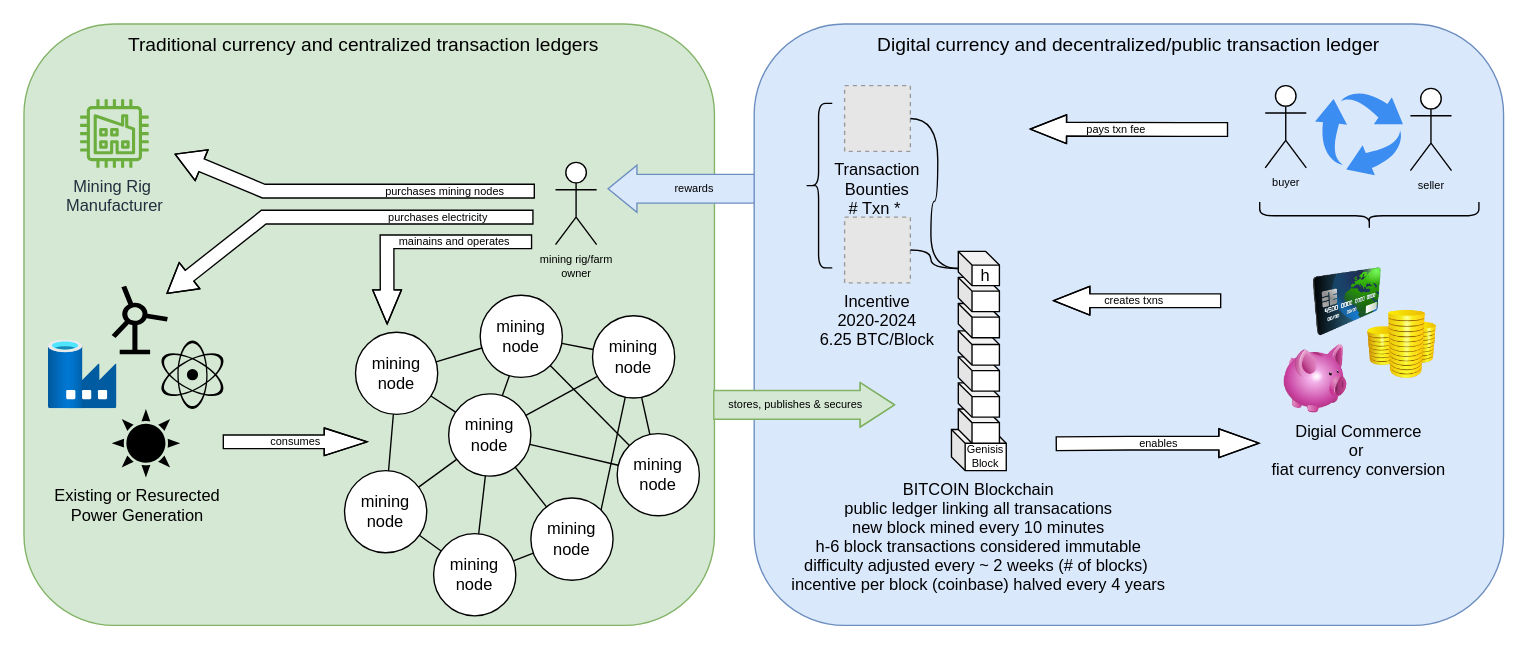
Before: page "Stage 1 - Base" (1 of 5) of source/macro.drawio in abs2023/tdocs, a draw.io diagram. Source tidied: cells renumbered, new cells numbered last; positions are measured from the earlier drawing's top-left corner, leaving out a move shared by most shapes. Both pictures are drawn from the tidied source at 137%, with x=0, y=0 at pixel (23, 23). Pictures stored in the file or linked from it are replaced by grey dashed boxes.
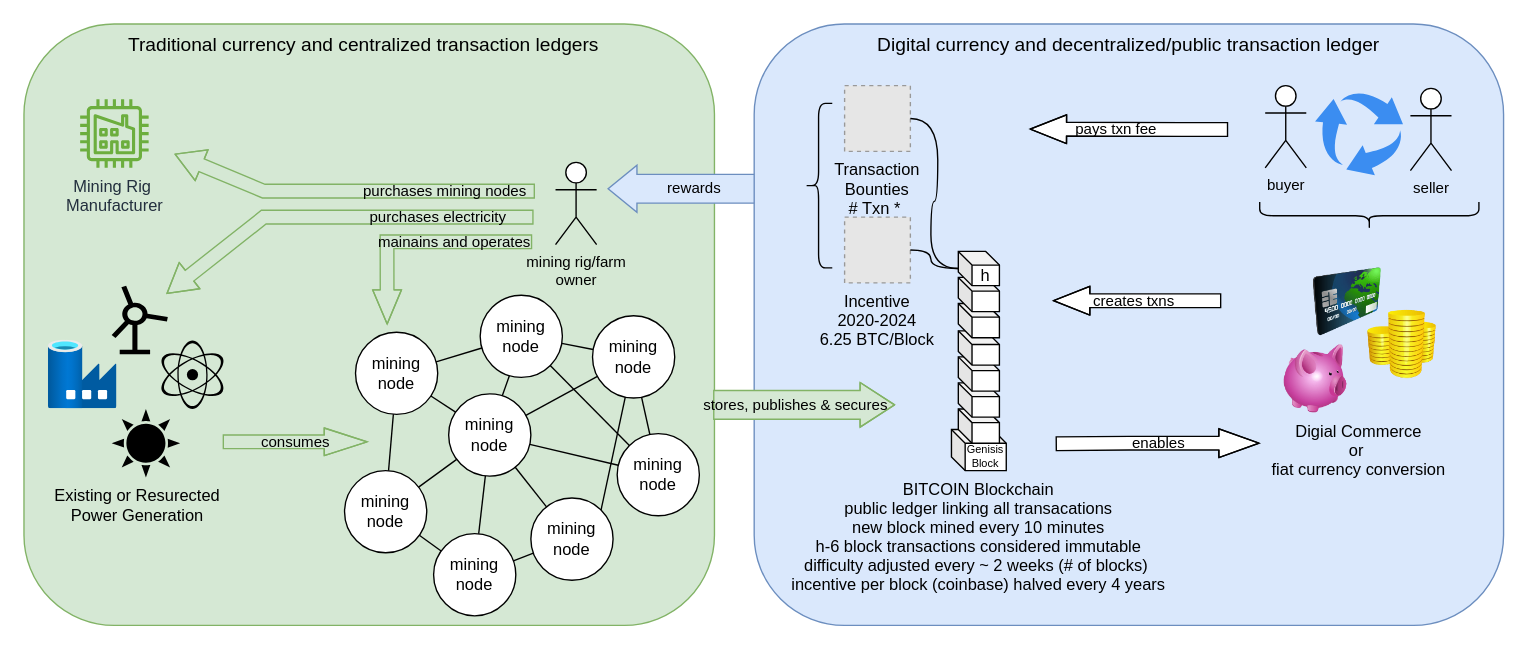
After the change.

The change refers to these unchanged cells:
```xml
<mxCell id="2" value="Traditional currency and centralized transaction ledgers&amp;nbsp;&amp;nbsp;" style="rounded=1;whiteSpace=wrap;html=1;fontSize=14;align=center;verticalAlign=top;fillColor=#d5e8d4;strokeColor=#82b366;labelPosition=center;verticalLabelPosition=middle;" parent="1" vertex="1">
  <mxGeometry width="504" height="439" as="geometry" />
</mxCell>
```

What changed in the source:
```diff
@@
-    <mxCell id="3" value="rewards" style="shape=flexArrow;endArrow=classic;html=1;rounded=0;fontSize=8;endWidth=12.352941176470589;endSize=6.682352941176471;labelBackgroundColor=none;fillColor=#dae8fc;strokeColor=#6c8ebf;exitX=-0.002;exitY=0.274;exitDx=0;exitDy=0;exitPerimeter=0;width=21;entryX=0.845;entryY=0.274;entryDx=0;entryDy=0;entryPerimeter=0;" parent="1" edge="1" target="2">
+    <mxCell id="3" value="rewards" style="shape=flexArrow;endArrow=classic;html=1;rounded=0;fontSize=11;endWidth=12.352941176470589;endSize=6.682352941176471;labelBackgroundColor=none;fillColor=#dae8fc;strokeColor=#6c8ebf;exitX=-0.002;exitY=0.274;exitDx=0;exitDy=0;exitPerimeter=0;width=21;entryX=0.845;entryY=0.274;entryDx=0;entryDy=0;entryPerimeter=0;" parent="1" edge="1" target="2">
       <mxGeometry x="-0.16" relative="1" as="geometry">
         <mxPoint x="533.9" y="120.3" as="sourcePoint" />
       </mxGeometry>
     </mxCell>
@@
-    <mxCell id="5" value="stores, publishes &amp;amp; secures" style="shape=flexArrow;endArrow=classic;html=1;rounded=0;fontSize=8;endWidth=10.588235294117647;endSize=8.058823529411764;labelBackgroundColor=none;fillColor=#d5e8d4;strokeColor=#82b366;width=21;" parent="1" edge="1">
+    <mxCell id="5" value="stores, publishes &amp;amp; secures" style="shape=flexArrow;endArrow=classic;html=1;rounded=0;fontSize=11;endWidth=10.588235294117647;endSize=8.058823529411764;labelBackgroundColor=none;fillColor=#d5e8d4;strokeColor=#82b366;width=21;" parent="1" edge="1">
       <mxGeometry x="-0.1" relative="1" as="geometry">
         <mxPoint x="503" y="278" as="sourcePoint" />
         <mxPoint x="636" y="278" as="targetPoint" />
         <Array as="points">
           <mxPoint x="583" y="278" />
         </Array>
       </mxGeometry>
     </mxCell>
@@
-    <mxCell id="15" value="purchases electricity" style="shape=flexArrow;endArrow=classic;html=1;rounded=0;fontSize=8;endWidth=13.333333333333334;endSize=6.65;labelBackgroundColor=none;fillColor=default;" parent="1" edge="1">
+    <mxCell id="15" value="purchases electricity" style="shape=flexArrow;endArrow=classic;html=1;rounded=0;fontSize=11;endWidth=13.333333333333334;endSize=6.65;labelBackgroundColor=none;fillColor=#d5e8d4;strokeColor=#82b366;" parent="1" edge="1">
       <mxGeometry x="-0.51" relative="1" as="geometry">
         <mxPoint x="372" y="141" as="sourcePoint" />
         <mxPoint x="104" y="197" as="targetPoint" />
         <Array as="points">
           <mxPoint x="175" y="141" />
         </Array>
       </mxGeometry>
     </mxCell>
@@
-    <mxCell id="20" value="consumes" style="shape=flexArrow;endArrow=classic;html=1;rounded=0;fontSize=8;endWidth=9.166666666666668;endSize=10.108333333333334;labelBackgroundColor=none;fillColor=default;" parent="1" edge="1">
+    <mxCell id="20" value="consumes" style="shape=flexArrow;endArrow=classic;html=1;rounded=0;fontSize=11;endWidth=9.166666666666668;endSize=10.108333333333334;labelBackgroundColor=none;fillColor=#d5e8d4;strokeColor=#82b366;" parent="1" edge="1">
       <mxGeometry relative="1" as="geometry">
         <mxPoint x="145" y="305" as="sourcePoint" />
         <mxPoint x="251" y="305" as="targetPoint" />
         <Array as="points">
           <mxPoint x="174" y="305" />
         </Array>
       </mxGeometry>
     </mxCell>
@@
-    <mxCell id="30" value="enables" style="shape=flexArrow;endArrow=classic;html=1;rounded=0;fontSize=8;endWidth=10;endSize=9.441666666666666;labelBackgroundColor=none;fillColor=default;" parent="1" edge="1">
+    <mxCell id="30" value="enables" style="shape=flexArrow;endArrow=classic;html=1;rounded=0;fontSize=11;endWidth=10;endSize=9.441666666666666;labelBackgroundColor=none;fillColor=#FFFFFF;" parent="1" edge="1">
       <mxGeometry x="687" y="-702" as="geometry">
         <mxPoint x="753" y="306.4" as="sourcePoint" />
         <mxPoint x="902" y="306" as="targetPoint" />
         <Array as="points">
           <mxPoint x="807" y="306" />
         </Array>
       </mxGeometry>
     </mxCell>
-    <mxCell id="31" value="creates txns" style="shape=flexArrow;endArrow=classic;html=1;rounded=0;fontSize=8;endWidth=10;endSize=8.5;labelBackgroundColor=none;fillColor=default;" parent="1" edge="1">
+    <mxCell id="31" value="creates txns" style="shape=flexArrow;endArrow=classic;html=1;rounded=0;fontSize=11;endWidth=10;endSize=8.5;labelBackgroundColor=none;fillColor=#FFFFFF;" parent="1" edge="1">
       <mxGeometry x="-16" y="-725" as="geometry">
         <mxPoint x="874" y="202" as="sourcePoint" />
         <mxPoint x="751" y="202" as="targetPoint" />
         <Array as="points">
           <mxPoint x="861" y="202" />
         </Array>
         <mxPoint x="-3" as="offset" />
       </mxGeometry>
     </mxCell>
-    <mxCell id="32" value="mining rig/farm&lt;br&gt;owner" style="shape=umlActor;verticalLabelPosition=bottom;verticalAlign=top;html=1;fontSize=8;" parent="1" vertex="1">
+    <mxCell id="32" value="mining rig/farm&lt;br style=&quot;font-size: 11px;&quot;&gt;owner" style="shape=umlActor;verticalLabelPosition=bottom;verticalAlign=top;html=1;fontSize=11;" parent="1" vertex="1">
       <mxGeometry x="388" y="101" width="30" height="60" as="geometry" />
     </mxCell>
-    <mxCell id="33" value="seller" style="shape=umlActor;verticalLabelPosition=bottom;verticalAlign=top;html=1;fontSize=8;" parent="1" vertex="1">
+    <mxCell id="33" value="seller" style="shape=umlActor;verticalLabelPosition=bottom;verticalAlign=top;html=1;fontSize=11;" parent="1" vertex="1">
       <mxGeometry x="1012" y="47" width="30" height="60" as="geometry" />
     </mxCell>
-    <mxCell id="34" value="buyer" style="shape=umlActor;verticalLabelPosition=bottom;verticalAlign=top;html=1;fontSize=8;" parent="1" vertex="1">
+    <mxCell id="34" value="buyer" style="shape=umlActor;verticalLabelPosition=bottom;verticalAlign=top;html=1;fontSize=11;" parent="1" vertex="1">
       <mxGeometry x="906" y="45" width="30" height="60" as="geometry" />
     </mxCell>
-    <mxCell id="35" value="pays txn fee" style="shape=flexArrow;endArrow=classic;html=1;rounded=0;fontSize=8;endWidth=10;endSize=8.5;labelBackgroundColor=none;fillColor=default;" parent="1" edge="1">
+    <mxCell id="35" value="pays txn fee" style="shape=flexArrow;endArrow=classic;html=1;rounded=0;fontSize=11;endWidth=10;endSize=8.5;labelBackgroundColor=none;fillColor=#FFFFFF;" parent="1" edge="1">
       <mxGeometry x="74" y="-717" as="geometry">
         <mxPoint x="879" y="77" as="sourcePoint" />
         <mxPoint x="734" y="76.7" as="targetPoint" />
         <Array as="points">
           <mxPoint x="845" y="77" />
         </Array>
         <mxPoint x="-10" as="offset" />
       </mxGeometry>
     </mxCell>
@@
-    <mxCell id="38" value="mainains and operates" style="shape=flexArrow;endArrow=classic;html=1;rounded=0;fontSize=8;endWidth=10;endSize=7.970588235294119;labelBackgroundColor=none;fillColor=default;strokeColor=default;entryX=0.526;entryY=0.5;entryDx=0;entryDy=0;entryPerimeter=0;" parent="1" edge="1" target="2">
+    <mxCell id="38" value="mainains and operates" style="shape=flexArrow;endArrow=classic;html=1;rounded=0;fontSize=11;endWidth=10;endSize=7.970588235294119;labelBackgroundColor=none;entryX=0.526;entryY=0.5;entryDx=0;entryDy=0;entryPerimeter=0;fillColor=#d5e8d4;strokeColor=#82b366;" parent="1" edge="1" target="2">
       <mxGeometry as="geometry">
         <mxPoint x="371" y="159" as="sourcePoint" />
         <Array as="points">
           <mxPoint x="265" y="159" />
         </Array>
         <mxPoint x="-4" y="-30" as="offset" />
       </mxGeometry>
     </mxCell>
@@
-    <mxCell id="64" value="purchases mining nodes" style="shape=flexArrow;endArrow=classic;html=1;rounded=0;fontSize=8;endWidth=13.333333333333334;endSize=6.65;labelBackgroundColor=none;fillColor=default;entryX=0.218;entryY=0.216;entryDx=0;entryDy=0;entryPerimeter=0;" parent="1" edge="1" target="2">
+    <mxCell id="64" value="purchases mining nodes" style="shape=flexArrow;endArrow=classic;html=1;rounded=0;fontSize=11;endWidth=13.333333333333334;endSize=6.65;labelBackgroundColor=none;entryX=0.218;entryY=0.216;entryDx=0;entryDy=0;entryPerimeter=0;fillColor=#d5e8d4;strokeColor=#82b366;" parent="1" edge="1" target="2">
       <mxGeometry x="-0.51" relative="1" as="geometry">
         <mxPoint x="373" y="122" as="sourcePoint" />
         <Array as="points">
           <mxPoint x="175" y="122" />
         </Array>
       </mxGeometry>
     </mxCell>
```
